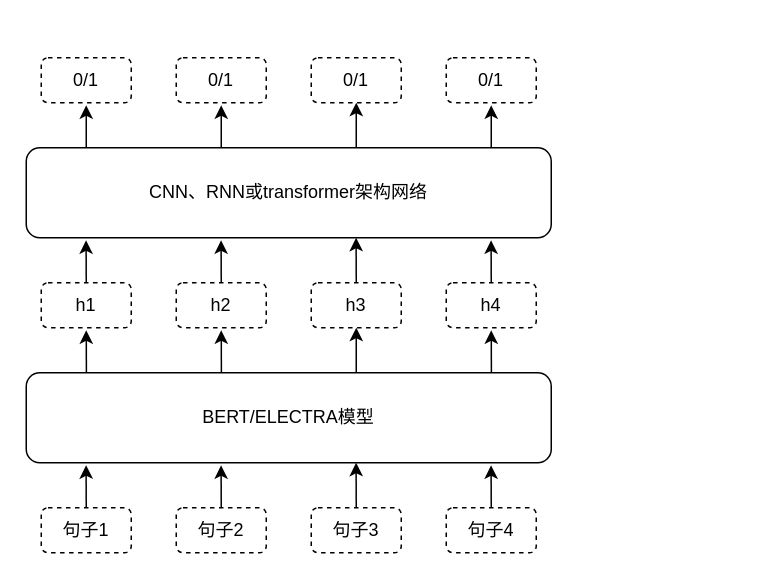
Above: 抽取模型架构.drawio in wan-wer/test (draw.io), before the change. Source tidied: cells renumbered, new cells numbered last; positions are measured from the earlier drawing's top-left corner, leaving out a move shared by most shapes. Both pictures are drawn from the tidied source at 150%, with x=0, y=0 at pixel (26, 57).
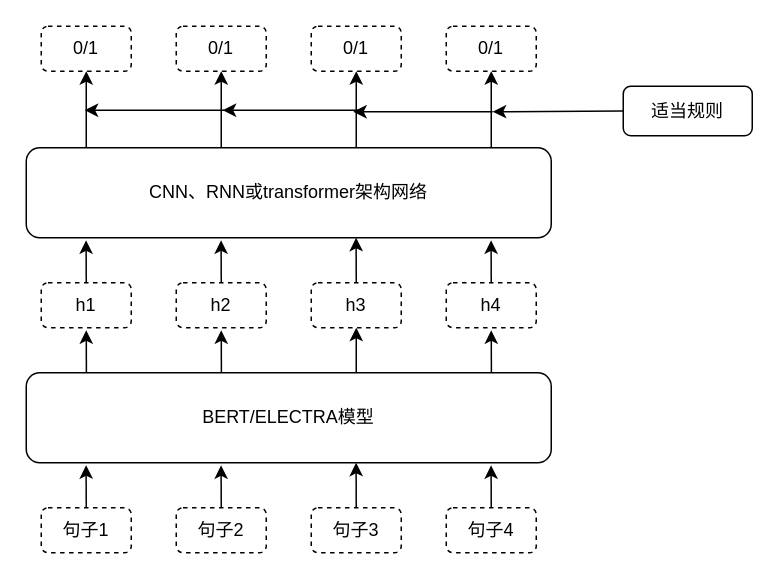
The same diagram, later.

Commit message:
更新抽取模型架构.drawio

Change to the diagram source:
```diff
@@
     <mxCell id="24" value="0/1" style="text;html=1;strokeColor=default;fillColor=none;align=center;verticalAlign=middle;whiteSpace=wrap;rounded=1;dashed=1;" parent="1" vertex="1">
-      <mxGeometry x="10" width="60" height="30" as="geometry" />
+      <mxGeometry x="10" y="-21" width="60" height="30" as="geometry" />
     </mxCell>
     <mxCell id="25" value="0/1" style="text;html=1;strokeColor=default;fillColor=none;align=center;verticalAlign=middle;whiteSpace=wrap;rounded=1;dashed=1;" parent="1" vertex="1">
-      <mxGeometry x="100" width="60" height="30" as="geometry" />
+      <mxGeometry x="100" y="-21" width="60" height="30" as="geometry" />
     </mxCell>
     <mxCell id="26" value="0/1" style="text;html=1;strokeColor=default;fillColor=none;align=center;verticalAlign=middle;whiteSpace=wrap;rounded=1;dashed=1;" parent="1" vertex="1">
-      <mxGeometry x="190" width="60" height="30" as="geometry" />
+      <mxGeometry x="190" y="-21" width="60" height="30" as="geometry" />
     </mxCell>
     <mxCell id="27" value="0/1" style="text;html=1;strokeColor=default;fillColor=none;align=center;verticalAlign=middle;whiteSpace=wrap;rounded=1;dashed=1;" parent="1" vertex="1">
-      <mxGeometry x="280" width="60" height="30" as="geometry" />
+      <mxGeometry x="280" y="-21" width="60" height="30" as="geometry" />
     </mxCell>
-    <mxCell id="28" style="endArrow=classic;html=1;rounded=0;exitX=0.5;exitY=0;exitDx=0;exitDy=0;entryX=0.114;entryY=1.028;entryDx=0;entryDy=0;entryPerimeter=0;" parent="1" edge="1">
+    <mxCell id="28" style="endArrow=classic;html=1;rounded=0;exitX=0.5;exitY=0;exitDx=0;exitDy=0;entryX=0.5;entryY=1;entryDx=0;entryDy=0;" parent="1" edge="1" target="24">
       <mxGeometry relative="1" as="geometry">
         <mxPoint x="40" y="60" as="sourcePoint" />
-        <mxPoint x="40" y="31.7" as="targetPoint" />
       </mxGeometry>
     </mxCell>
-    <mxCell id="29" style="endArrow=classic;html=1;rounded=0;exitX=0.5;exitY=0;exitDx=0;exitDy=0;entryX=0.114;entryY=1.028;entryDx=0;entryDy=0;entryPerimeter=0;" parent="1" edge="1">
+    <mxCell id="29" style="endArrow=classic;html=1;rounded=0;exitX=0.5;exitY=0;exitDx=0;exitDy=0;entryX=0.5;entryY=1;entryDx=0;entryDy=0;" parent="1" edge="1" target="25">
       <mxGeometry relative="1" as="geometry">
         <mxPoint x="130" y="60" as="sourcePoint" />
-        <mxPoint x="130" y="31.7" as="targetPoint" />
       </mxGeometry>
     </mxCell>
-    <mxCell id="30" style="endArrow=classic;html=1;rounded=0;" parent="1" edge="1">
+    <mxCell id="30" style="endArrow=classic;html=1;rounded=0;entryX=0.5;entryY=1;entryDx=0;entryDy=0;" parent="1" edge="1" target="26">
       <mxGeometry relative="1" as="geometry">
         <mxPoint x="220" y="60" as="sourcePoint" />
-        <mxPoint x="220" y="30" as="targetPoint" />
       </mxGeometry>
     </mxCell>
-    <mxCell id="31" style="endArrow=classic;html=1;rounded=0;exitX=0.5;exitY=0;exitDx=0;exitDy=0;entryX=0.114;entryY=1.028;entryDx=0;entryDy=0;entryPerimeter=0;" parent="1" edge="1">
+    <mxCell id="31" style="endArrow=classic;html=1;rounded=0;exitX=0.5;exitY=0;exitDx=0;exitDy=0;entryX=0.5;entryY=1;entryDx=0;entryDy=0;" parent="1" edge="1" target="27">
       <mxGeometry relative="1" as="geometry">
         <mxPoint x="310" y="60" as="sourcePoint" />
-        <mxPoint x="310" y="31.7" as="targetPoint" />
       </mxGeometry>
     </mxCell>
+    <mxCell id="32" value="适当规则" style="rounded=1;whiteSpace=wrap;html=1;" parent="1" vertex="1">
+      <mxGeometry x="398" y="19" width="86" height="33" as="geometry" />
+    </mxCell>
+    <mxCell id="33" style="endArrow=classic;html=1;rounded=0;exitX=0;exitY=0.5;exitDx=0;exitDy=0;" parent="1" edge="1" source="32">
+      <mxGeometry relative="1" as="geometry">
+        <mxPoint x="311" y="36" as="targetPoint" />
+      </mxGeometry>
+    </mxCell>
+    <mxCell id="34" style="endArrow=classic;html=1;rounded=0;" parent="1" edge="1">
+      <mxGeometry relative="1" as="geometry">
+        <mxPoint x="311" y="36" as="sourcePoint" />
+        <mxPoint x="218" y="36" as="targetPoint" />
+      </mxGeometry>
+    </mxCell>
+    <mxCell id="35" style="endArrow=classic;html=1;rounded=0;" parent="1" edge="1">
+      <mxGeometry relative="1" as="geometry">
+        <mxPoint x="224" y="35" as="sourcePoint" />
+        <mxPoint x="131" y="35" as="targetPoint" />
+      </mxGeometry>
+    </mxCell>
+    <mxCell id="36" style="endArrow=classic;html=1;rounded=0;" parent="1" edge="1">
+      <mxGeometry relative="1" as="geometry">
+        <mxPoint x="132" y="35" as="sourcePoint" />
+        <mxPoint x="39" y="35" as="targetPoint" />
+      </mxGeometry>
+    </mxCell>
```
